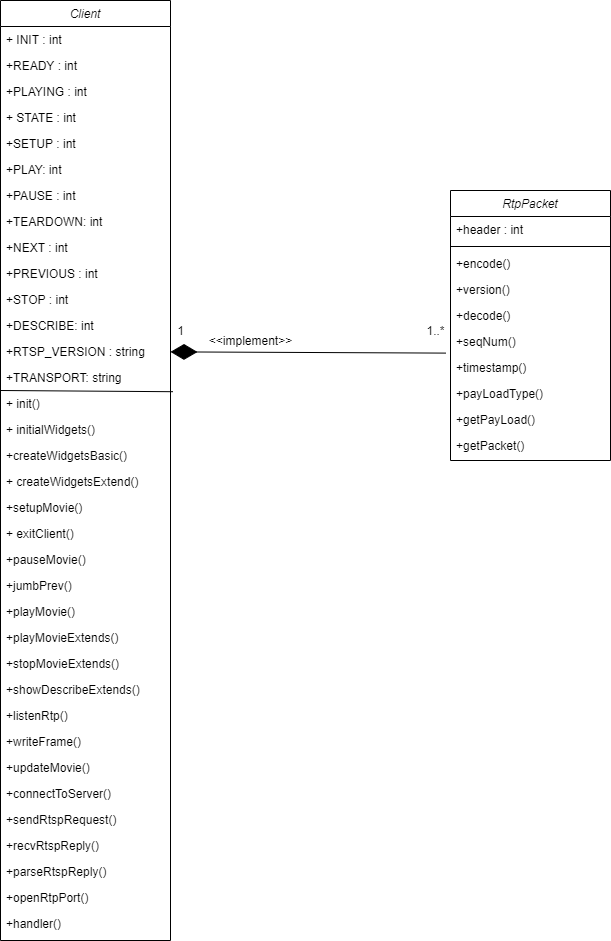
The draw.io diagram classDiagramClient.png in kietteik/StreamingVideoPython, before a commit. Source tidied: cells renumbered, new cells last; positions are measured from the earlier drawing's top-left corner, leaving out a move shared by most shapes.
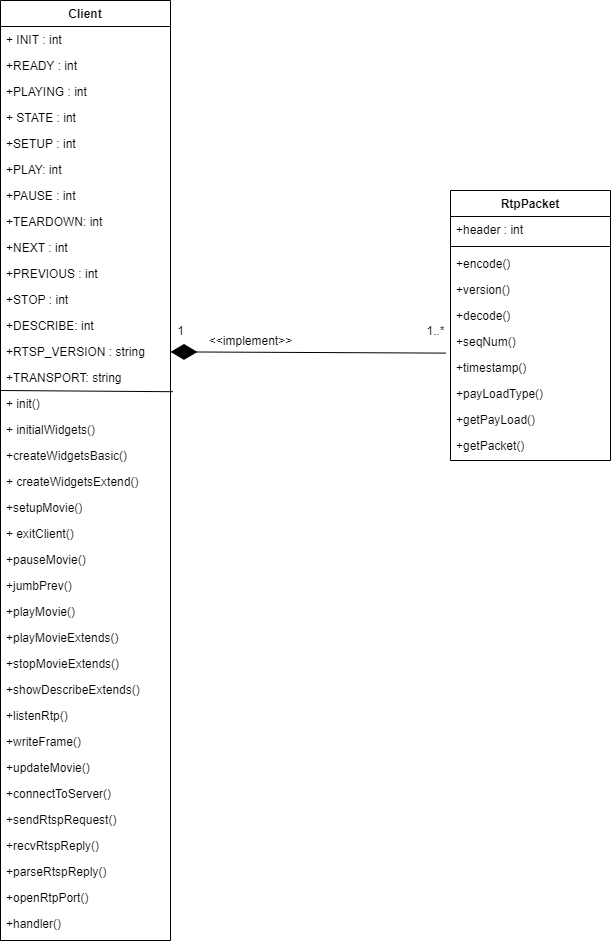
Above is the later version.

The edit, as a diff of the source:
```diff
@@ -2,7 +2,7 @@
   <root>
     <mxCell id="0" />
     <mxCell id="1" parent="0" />
-    <mxCell id="2" value="Client" style="swimlane;fontStyle=2;align=center;verticalAlign=top;horizontal=1;startSize=26;rounded=0;shadow=0;strokeWidth=1;" parent="1" vertex="1">
+    <mxCell id="2" value="Client" style="swimlane;fontStyle=1;align=center;verticalAlign=top;horizontal=1;startSize=26;rounded=0;shadow=0;strokeWidth=1;" parent="1" vertex="1">
       <mxGeometry width="170" height="940" as="geometry" />
     </mxCell>
     <mxCell id="3" value="+ INIT : int" style="text;align=left;verticalAlign=top;spacingLeft=4;spacingRight=4;overflow=hidden;rounded=0;shadow=0;html=0;" parent="2" vertex="1">
@@ -118,7 +118,7 @@
     <mxCell id="39" value="+handler()" style="text;align=left;verticalAlign=top;spacingLeft=4;spacingRight=4;overflow=hidden;rounded=0;shadow=0;html=0;" parent="2" vertex="1">
       <mxGeometry y="910" width="170" height="26" as="geometry" />
     </mxCell>
-    <mxCell id="40" value="RtpPacket" style="swimlane;fontStyle=2;align=center;verticalAlign=top;horizontal=1;startSize=26;rounded=0;shadow=0;strokeWidth=1;" parent="1" vertex="1">
+    <mxCell id="40" value="RtpPacket" style="swimlane;fontStyle=1;align=center;verticalAlign=top;horizontal=1;startSize=26;rounded=0;shadow=0;strokeWidth=1;" parent="1" vertex="1">
       <mxGeometry x="450" y="190" width="160" height="270" as="geometry" />
     </mxCell>
     <mxCell id="41" value="+header : int" style="text;align=left;verticalAlign=top;spacingLeft=4;spacingRight=4;overflow=hidden;rounded=0;shadow=0;html=0;" parent="40" vertex="1">
```
